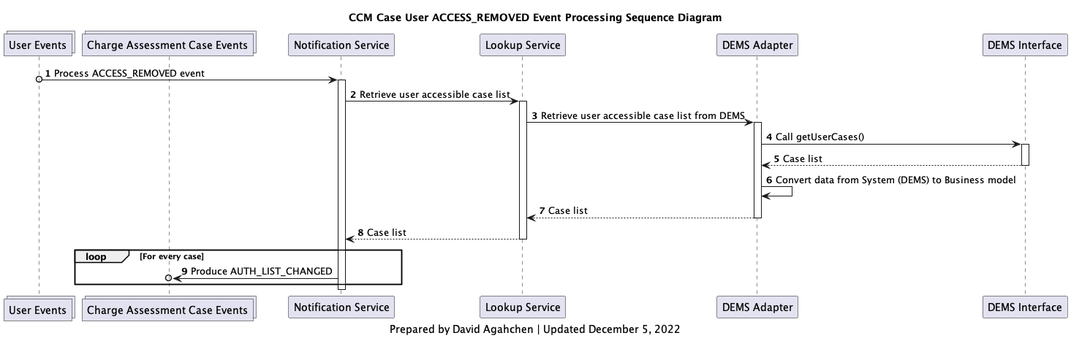
Before: diagrams/img/ccm_case_user_access_removed_processing_sequence_diagram.png, a diagram exported from PlantUML (bcgov/jpss-jade-ccm). Its diagram source:
```plantuml
@startuml
collections case_users_topic as "User Events"
collections charge_assessment_cases_topic as "Charge Assessment Case Events"
participant notification_service as "Notification Service"
participant lookup_service as "Lookup Service"
participant d_adapter as "DEMS Adapter"
participant d_interface as "DEMS Interface"

title
CCM Case User ACCESS_REMOVED Event Processing Sequence Diagram
end title

autonumber

case_users_topic o-> notification_service : Process ACCESS_REMOVED event
activate notification_service

notification_service -> lookup_service: Retrieve user accessible case list
activate lookup_service
lookup_service -> d_adapter: Retrieve user accessible case list from DEMS

activate d_adapter
d_adapter -> d_interface: Call getUserCases()
activate d_interface
d_interface --> d_adapter: Case list
deactivate d_interface
d_adapter -> d_adapter: Convert data from System (DEMS) to Business model
d_adapter --> lookup_service: Case list
deactivate d_adapter

lookup_service --> notification_service: Case list
deactivate lookup_service

loop For every case
    notification_service ->o charge_assessment_cases_topic: Produce AUTH_LIST_CHANGED
end

deactivate notification_service

caption
Prepared by David Agahchen | Updated December 5, 2022
end caption
@enduml
```
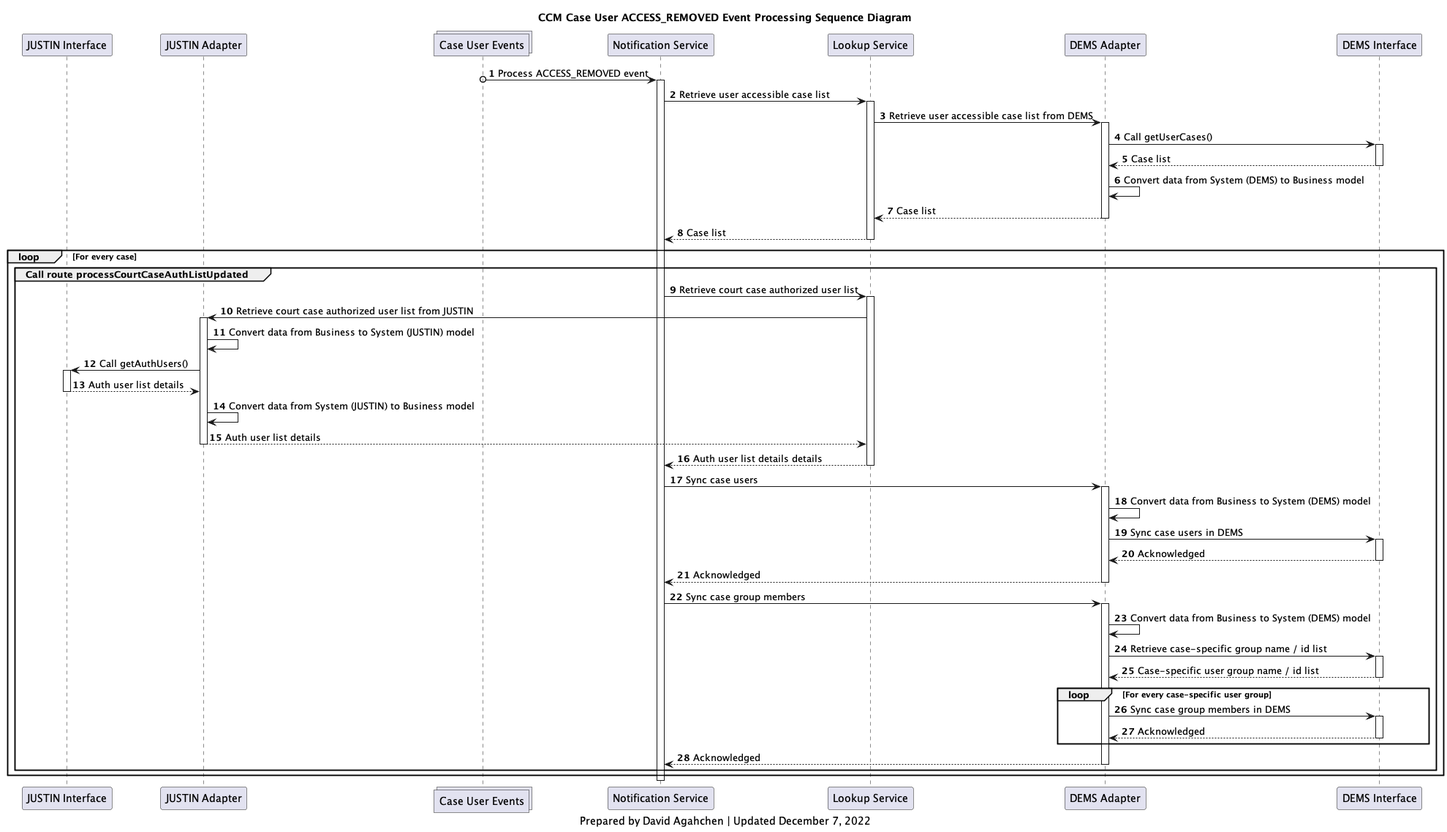
After the change.

The edit, as a diff of the source:
```diff
@@ -1,10 +1,13 @@
 @startuml
-collections case_users_topic as "User Events"
-collections charge_assessment_cases_topic as "Charge Assessment Case Events"
+
+participant j_interface as "JUSTIN Interface"
+participant j_adapter as "JUSTIN Adapter"
+collections case_users_topic as "Case User Events"
 participant notification_service as "Notification Service"
 participant lookup_service as "Lookup Service"
 participant d_adapter as "DEMS Adapter"
 participant d_interface as "DEMS Interface"
+
 
 title
 CCM Case User ACCESS_REMOVED Event Processing Sequence Diagram
@@ -32,12 +35,55 @@
 deactivate lookup_service
 
 loop For every case
-    notification_service ->o charge_assessment_cases_topic: Produce AUTH_LIST_CHANGED
+    group Call route processCourtCaseAuthListUpdated
+        notification_service -> lookup_service: Retrieve court case authorized user list
+        activate lookup_service
+        lookup_service -> j_adapter: Retrieve court case authorized user list from JUSTIN
+
+        activate j_adapter
+        j_adapter -> j_adapter: Convert data from Business to System (JUSTIN) model
+        j_adapter -> j_interface: Call getAuthUsers()
+        activate j_interface
+        j_interface --> j_adapter: Auth user list details
+        deactivate j_interface
+        j_adapter -> j_adapter: Convert data from System (JUSTIN) to Business model
+        j_adapter --> lookup_service: Auth user list details
+        deactivate j_adapter
+
+        lookup_service --> notification_service: Auth user list details details
+        deactivate lookup_service
+
+        notification_service -> d_adapter: Sync case users
+        activate d_adapter
+        d_adapter -> d_adapter: Convert data from Business to System (DEMS) model
+        d_adapter -> d_interface: Sync case users in DEMS
+        activate d_interface
+        d_interface --> d_adapter: Acknowledged
+        deactivate d_interface
+        d_adapter --> notification_service: Acknowledged
+        deactivate d_adapter
+
+        notification_service -> d_adapter: Sync case group members
+        activate d_adapter
+        d_adapter -> d_adapter: Convert data from Business to System (DEMS) model
+        d_adapter -> d_interface: Retrieve case-specific group name / id list
+        activate d_interface
+        d_interface --> d_adapter: Case-specific user group name / id list
+        deactivate d_interface
+        loop For every case-specific user group
+            d_adapter -> d_interface: Sync case group members in DEMS
+            activate d_interface
+            d_interface --> d_adapter: Acknowledged
+            deactivate d_interface
+        end
+        d_adapter --> notification_service: Acknowledged
+        deactivate d_adapter
+    end group
 end
 
 deactivate notification_service
 
 caption
-Prepared by David Agahchen | Updated December 5, 2022
+Prepared by David Agahchen | Updated December 7, 2022
 end caption
 @enduml
```
